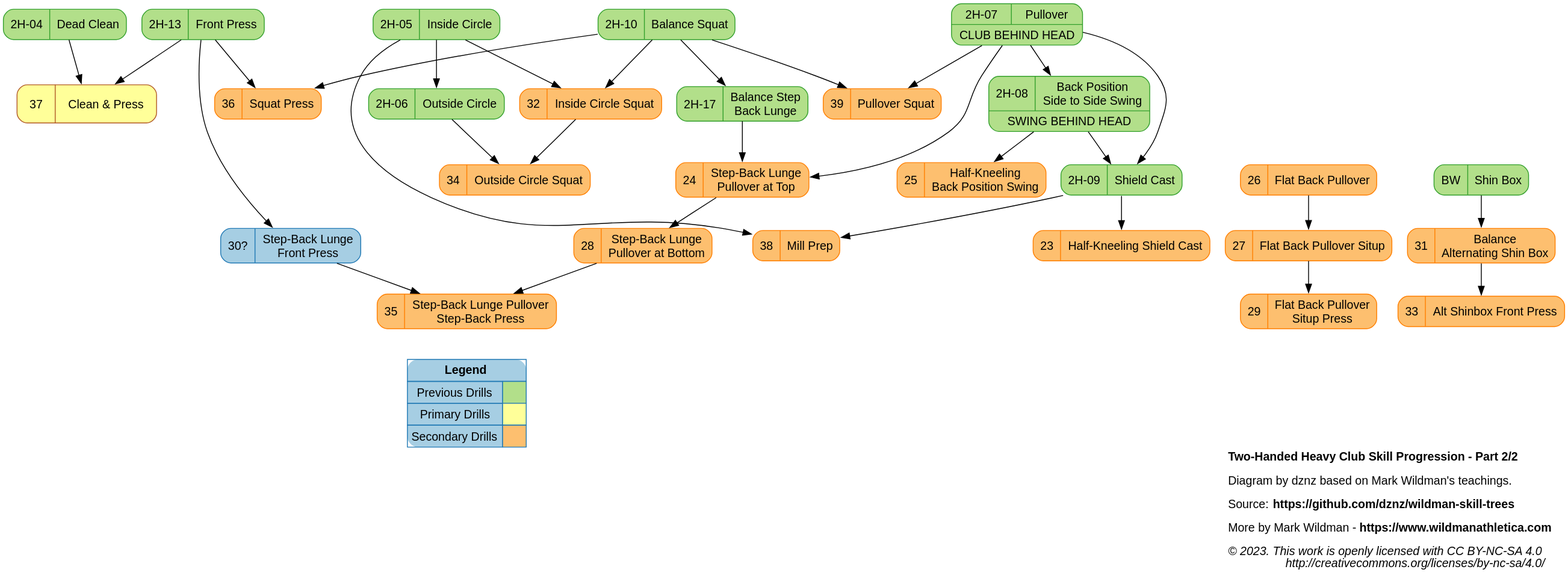
The PlantUML diagram dist/hc_2h_progression_2.svg in dznz/wildman-skill-trees, before a commit. Its source is kept beside it as src/hc/hc_2h_progression_2.puml.
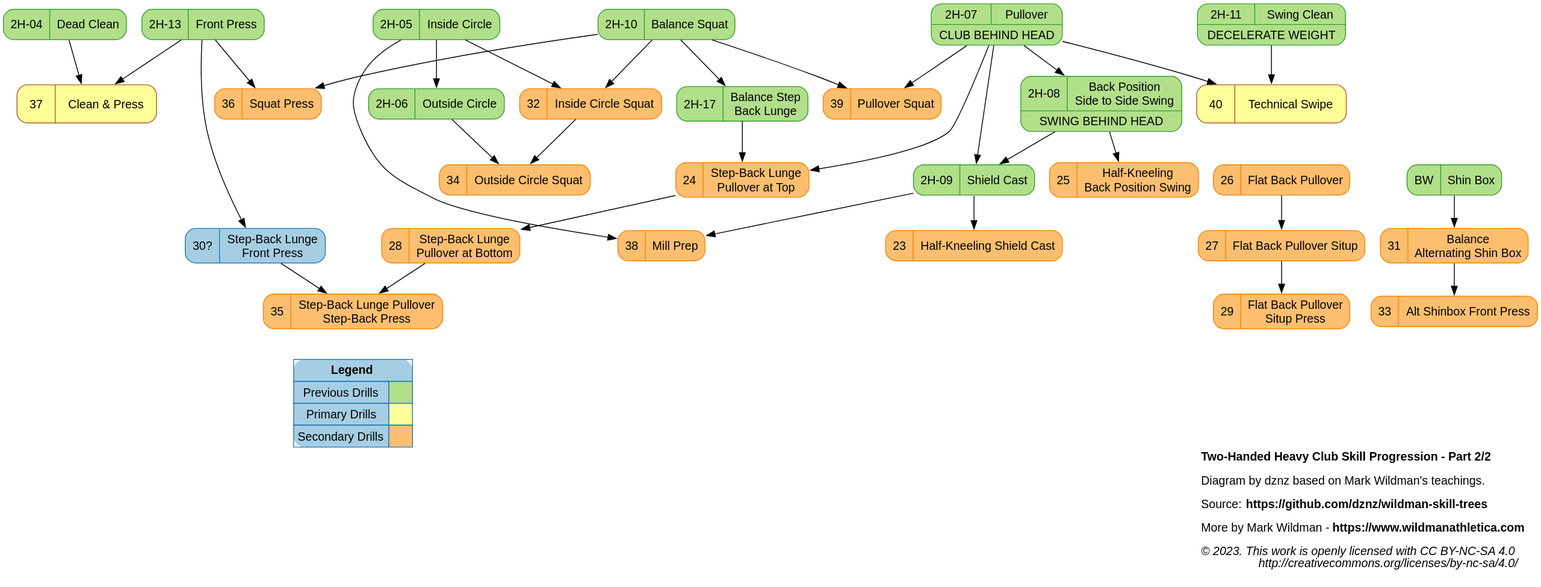
After the change.

Commit message:
feat(hc_2h_progression): add 2HHC-40

Diff of the diagram source:
```diff
@@ -24,6 +24,7 @@
     node [color=12, fillcolor=11]
     node [margin=0.2]
     mov_cap;
+    mov_40_swipe;
   }
   subgraph "secondary" {
     node [color=8, fillcolor=7]
@@ -43,6 +44,7 @@
     ext_2h_pullover           [label="{{2H-07|Pullover}|CLUB BEHIND HEAD}"                           URL="https://www.youtube.com/watch?v=jpIn1Sumg78&list=PLk4oYPJ7TXKiueHS7UMPv-DxNMK6UELds&index=7"]
     ext_2h_squat              [label="{{2H-10|Balance Squat}}"                                       URL="https://www.youtube.com/watch?v=LSXticZ67Pw&list=PLk4oYPJ7TXKiueHS7UMPv-DxNMK6UELds&index=11"]
     ext_2h_stepbacklunge      [label="{{2H-17|Balance Step\nBack Lunge}}"                            URL="https://www.youtube.com/watch?v=dNrYT5iU7BQ&list=PLk4oYPJ7TXKiueHS7UMPv-DxNMK6UELds&index=26"]
+    ext_2h_swingclean         [label="{{2H-11|Swing Clean}|DECELERATE WEIGHT}"                       URL="https://www.youtube.com/watch?v=0oRuCQOkPRo&list=PLk4oYPJ7TXKiueHS7UMPv-DxNMK6UELds&index=12"]
   }
 
   subgraph "extra" {
@@ -75,6 +77,7 @@
   mov_cap                [label="{{37|Clean & Press}}"                                       URL="https://www.youtube.com/watch?v=6kpEYglMJ1c"]
   mov_millprep           [label="{{38|Mill Prep}}"                                           URL="https://www.youtube.com/watch?v=G_OXuFs2bRs"]
   mov_39_pullsquat       [label="{{39|Pullover Squat}}"                                      URL="https://www.youtube.com/watch?v=3yf3VO2sd-4"];
+  mov_40_swipe           [label="{{40|Technical Swipe}}"                                     URL="https://www.youtube.com/watch?v=nQ7npb0krRg"];
 
   // Prerequisite skills
   pre_shinbox -> mov_altshinbox;
@@ -99,6 +102,7 @@
   ext_2h_incircle -> mov_millprep;
   ext_2h_squat -> mov_39_pullsquat;
   ext_2h_pullover -> mov_39_pullsquat;
+  {ext_2h_swingclean, ext_2h_pullover} -> mov_40_swipe
 
   mov_fbpull -> mov_fbpullsit;
   mov_sblungepull -> mov_sblungepullbot;
```
